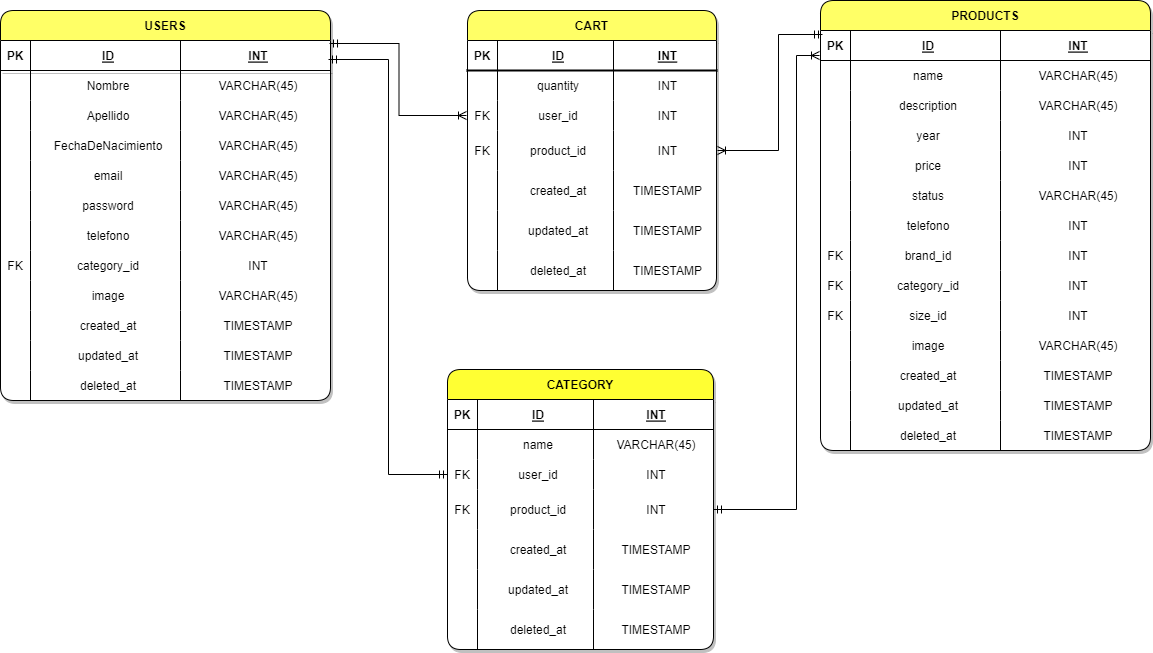
j-leklere/e-Commerce keeps this draw.io diagram as database/diagramaEntidadRelacion/diagramaSportswear_db.png. Above is the earlier version. Source tidied: cells renumbered, new cells last; positions are measured from the earlier drawing's top-left corner, leaving out a move shared by most shapes.
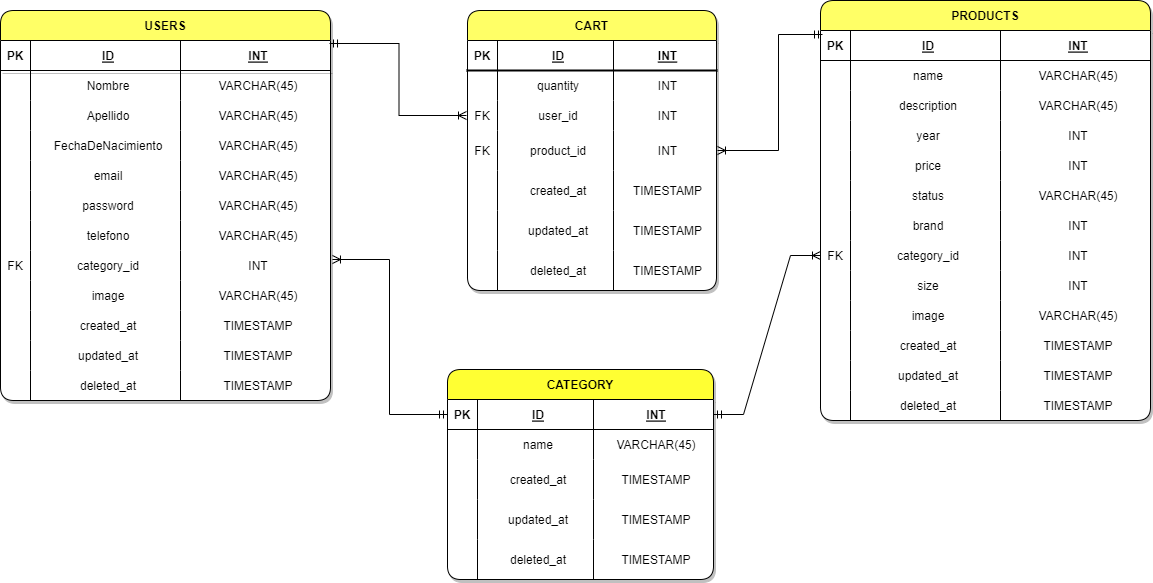
Later version of the same file.

The edit, as a diff of the source:
```diff
@@ -150,7 +150,7 @@
       <mxGeometry x="180" width="150" height="30" as="geometry" />
     </mxCell>
     <mxCell id="51" value="CATEGORY" style="shape=table;startSize=30;rowLines=0;fontStyle=1;align=center;rounded=1;sketch=0;fillStyle=solid;fillColor=#FFFF33;gradientColor=none;shadow=1;swimlaneFillColor=default;" parent="1" vertex="1">
-      <mxGeometry x="447" y="369" width="266" height="280" as="geometry" />
+      <mxGeometry x="447" y="369" width="266" height="210" as="geometry" />
     </mxCell>
     <mxCell id="52" style="shape=tableRow;horizontal=0;startSize=0;swimlaneHead=0;swimlaneBody=0;fillColor=none;points=[[0,0.5],[1,0.5]];portConstraint=eastwest;top=0;left=0;right=0;bottom=1;rounded=1;sketch=0;fillStyle=solid;align=center;swimlaneFillColor=default;" parent="51" vertex="1">
       <mxGeometry y="30" width="266" height="30" as="geometry" />
@@ -176,32 +176,8 @@
     <mxCell id="59" value="VARCHAR(45)" style="shape=partialRectangle;fillColor=none;top=0;left=0;bottom=0;right=0;align=center;spacingLeft=6;overflow=hidden;rounded=1;sketch=0;fillStyle=solid;swimlaneFillColor=default;" parent="56" vertex="1">
       <mxGeometry x="146" width="120" height="30" as="geometry" />
     </mxCell>
-    <mxCell id="60" style="shape=tableRow;horizontal=0;startSize=0;swimlaneHead=0;swimlaneBody=0;fillColor=none;points=[[0,0.5],[1,0.5]];portConstraint=eastwest;top=0;left=0;right=0;bottom=0;rounded=1;sketch=0;fillStyle=solid;align=center;swimlaneFillColor=default;" parent="51" vertex="1">
-      <mxGeometry y="90" width="266" height="30" as="geometry" />
-    </mxCell>
-    <mxCell id="61" value="FK" style="shape=partialRectangle;fillColor=none;top=0;left=0;bottom=0;right=0;overflow=hidden;rounded=1;sketch=0;fillStyle=solid;align=center;swimlaneFillColor=default;" parent="60" vertex="1">
-      <mxGeometry width="30" height="30" as="geometry" />
-    </mxCell>
-    <mxCell id="62" value="user_id" style="shape=partialRectangle;fillColor=none;top=0;left=0;bottom=0;right=0;align=center;spacingLeft=6;overflow=hidden;rounded=1;sketch=0;fillStyle=solid;swimlaneFillColor=default;" parent="60" vertex="1">
-      <mxGeometry x="30" width="116" height="30" as="geometry" />
-    </mxCell>
-    <mxCell id="63" value="INT" style="shape=partialRectangle;fillColor=none;top=0;left=0;bottom=0;right=0;align=center;spacingLeft=6;overflow=hidden;rounded=1;sketch=0;fillStyle=solid;swimlaneFillColor=default;" parent="60" vertex="1">
-      <mxGeometry x="146" width="120" height="30" as="geometry" />
-    </mxCell>
-    <mxCell id="64" style="shape=tableRow;horizontal=0;startSize=0;swimlaneHead=0;swimlaneBody=0;fillColor=none;points=[[0,0.5],[1,0.5]];portConstraint=eastwest;top=0;left=0;right=0;bottom=0;rounded=1;sketch=0;fillStyle=solid;strokeColor=default;align=center;swimlaneFillColor=default;" parent="51" vertex="1">
-      <mxGeometry y="120" width="266" height="40" as="geometry" />
-    </mxCell>
-    <mxCell id="65" value="FK" style="shape=partialRectangle;fillColor=none;top=0;left=0;bottom=0;right=0;fontStyle=0;overflow=hidden;rounded=1;sketch=0;fillStyle=solid;strokeColor=default;align=center;swimlaneFillColor=default;" parent="64" vertex="1">
-      <mxGeometry width="30" height="40" as="geometry" />
-    </mxCell>
-    <mxCell id="66" value="product_id" style="shape=partialRectangle;fillColor=none;top=0;left=0;bottom=0;right=0;align=center;spacingLeft=6;fontStyle=0;overflow=hidden;rounded=1;sketch=0;fillStyle=solid;strokeColor=default;swimlaneFillColor=default;" parent="64" vertex="1">
-      <mxGeometry x="30" width="116" height="40" as="geometry" />
-    </mxCell>
-    <mxCell id="67" value="INT" style="shape=partialRectangle;fillColor=none;top=0;left=0;bottom=0;right=0;align=center;spacingLeft=6;fontStyle=0;overflow=hidden;rounded=1;sketch=0;fillStyle=solid;strokeColor=default;swimlaneFillColor=default;" parent="64" vertex="1">
-      <mxGeometry x="146" width="120" height="40" as="geometry" />
-    </mxCell>
     <mxCell id="68" style="shape=tableRow;horizontal=0;startSize=0;swimlaneHead=0;swimlaneBody=0;fillColor=none;top=0;left=0;right=0;bottom=0;rounded=1;sketch=0;fillStyle=solid;strokeColor=default;align=center;swimlaneFillColor=default;" parent="51" vertex="1">
-      <mxGeometry y="160" width="266" height="40" as="geometry" />
+      <mxGeometry y="90" width="266" height="40" as="geometry" />
     </mxCell>
     <mxCell id="69" style="shape=partialRectangle;fillColor=none;top=0;left=0;bottom=0;right=0;fontStyle=0;overflow=hidden;rounded=1;sketch=0;fillStyle=solid;strokeColor=default;align=center;swimlaneFillColor=default;" parent="68" vertex="1">
       <mxGeometry width="30" height="40" as="geometry" />
@@ -213,7 +189,7 @@
       <mxGeometry x="146" width="120" height="40" as="geometry" />
     </mxCell>
     <mxCell id="72" style="shape=tableRow;horizontal=0;startSize=0;swimlaneHead=0;swimlaneBody=0;fillColor=none;top=0;left=0;right=0;bottom=0;rounded=1;sketch=0;fillStyle=solid;strokeColor=default;align=center;swimlaneFillColor=default;" parent="51" vertex="1">
-      <mxGeometry y="200" width="266" height="40" as="geometry" />
+      <mxGeometry y="130" width="266" height="40" as="geometry" />
     </mxCell>
     <mxCell id="73" style="shape=partialRectangle;fillColor=none;top=0;left=0;bottom=0;right=0;fontStyle=0;overflow=hidden;rounded=1;sketch=0;fillStyle=solid;strokeColor=default;align=center;swimlaneFillColor=default;" parent="72" vertex="1">
       <mxGeometry width="30" height="40" as="geometry" />
@@ -225,7 +201,7 @@
       <mxGeometry x="146" width="120" height="40" as="geometry" />
     </mxCell>
     <mxCell id="76" style="shape=tableRow;horizontal=0;startSize=0;swimlaneHead=0;swimlaneBody=0;fillColor=none;top=0;left=0;right=0;bottom=0;rounded=1;sketch=0;fillStyle=solid;strokeColor=default;align=center;swimlaneFillColor=default;" parent="51" vertex="1">
-      <mxGeometry y="240" width="266" height="40" as="geometry" />
+      <mxGeometry y="170" width="266" height="40" as="geometry" />
     </mxCell>
     <mxCell id="77" style="shape=partialRectangle;fillColor=none;top=0;left=0;bottom=0;right=0;fontStyle=0;overflow=hidden;rounded=1;sketch=0;fillStyle=solid;strokeColor=default;align=center;swimlaneFillColor=default;" parent="76" vertex="1">
       <mxGeometry width="30" height="40" as="geometry" />
@@ -324,7 +300,7 @@
       <mxGeometry x="146" width="103" height="40" as="geometry" />
     </mxCell>
     <mxCell id="109" value="PRODUCTS" style="shape=table;startSize=30;rowLines=0;fontStyle=1;align=center;fillColor=#FFFF66;rounded=1;swimlaneLine=1;sketch=0;perimeterSpacing=1;shadow=1;swimlaneFillColor=default;" parent="1" vertex="1">
-      <mxGeometry x="820" width="330" height="450" as="geometry" />
+      <mxGeometry x="820" width="330" height="420" as="geometry" />
     </mxCell>
     <mxCell id="110" style="shape=tableRow;horizontal=0;startSize=0;swimlaneHead=0;swimlaneBody=0;fillColor=none;top=0;left=0;right=0;bottom=1;align=center;fillStyle=solid;shadow=0;swimlaneLine=1;swimlaneFillColor=default;" parent="109" vertex="1">
       <mxGeometry y="30" width="330" height="30" as="geometry" />
@@ -398,32 +374,20 @@
     <mxCell id="133" value="VARCHAR(45)" style="shape=partialRectangle;fillColor=none;top=0;left=0;bottom=0;right=0;align=center;spacingLeft=6;overflow=hidden;fillStyle=solid;shadow=0;swimlaneLine=1;swimlaneFillColor=default;" parent="130" vertex="1">
       <mxGeometry x="180" width="150" height="30" as="geometry" />
     </mxCell>
-    <mxCell id="134" style="shape=tableRow;horizontal=0;startSize=0;swimlaneHead=0;swimlaneBody=0;fillColor=none;top=0;left=0;right=0;bottom=0;align=center;fillStyle=solid;shadow=0;swimlaneLine=1;swimlaneFillColor=default;" parent="109" vertex="1">
-      <mxGeometry y="210" width="330" height="30" as="geometry" />
-    </mxCell>
-    <mxCell id="135" style="shape=partialRectangle;fillColor=none;top=0;left=0;bottom=0;right=0;overflow=hidden;align=center;fillStyle=solid;shadow=0;swimlaneLine=1;swimlaneFillColor=default;" parent="134" vertex="1">
-      <mxGeometry width="30" height="30" as="geometry" />
-    </mxCell>
-    <mxCell id="136" value="telefono" style="shape=partialRectangle;fillColor=none;top=0;left=0;bottom=0;right=0;align=center;spacingLeft=6;overflow=hidden;fillStyle=solid;shadow=0;swimlaneLine=1;swimlaneFillColor=default;" parent="134" vertex="1">
-      <mxGeometry x="30" width="150" height="30" as="geometry" />
-    </mxCell>
-    <mxCell id="137" value="INT" style="shape=partialRectangle;fillColor=none;top=0;left=0;bottom=0;right=0;align=center;spacingLeft=6;overflow=hidden;fillStyle=solid;shadow=0;swimlaneLine=1;swimlaneFillColor=default;" parent="134" vertex="1">
-      <mxGeometry x="180" width="150" height="30" as="geometry" />
-    </mxCell>
     <mxCell id="138" style="shape=tableRow;horizontal=0;startSize=0;swimlaneHead=0;swimlaneBody=0;fillColor=none;top=0;left=0;right=0;bottom=0;align=center;fillStyle=solid;shadow=0;swimlaneLine=1;swimlaneFillColor=default;" parent="109" vertex="1">
-      <mxGeometry y="240" width="330" height="30" as="geometry" />
+      <mxGeometry y="210" width="330" height="30" as="geometry" />
     </mxCell>
-    <mxCell id="139" value="FK" style="shape=partialRectangle;fillColor=none;top=0;left=0;bottom=0;right=0;fontStyle=0;overflow=hidden;align=center;fillStyle=solid;shadow=0;swimlaneLine=1;swimlaneFillColor=default;" parent="138" vertex="1">
+    <mxCell id="139" style="shape=partialRectangle;fillColor=none;top=0;left=0;bottom=0;right=0;fontStyle=0;overflow=hidden;align=center;fillStyle=solid;shadow=0;swimlaneLine=1;swimlaneFillColor=default;" parent="138" vertex="1">
       <mxGeometry width="30" height="30" as="geometry" />
     </mxCell>
-    <mxCell id="140" value="brand_id" style="shape=partialRectangle;fillColor=none;top=0;left=0;bottom=0;right=0;align=center;spacingLeft=6;fontStyle=0;overflow=hidden;fillStyle=solid;shadow=0;swimlaneLine=1;swimlaneFillColor=default;" parent="138" vertex="1">
+    <mxCell id="140" value="brand" style="shape=partialRectangle;fillColor=none;top=0;left=0;bottom=0;right=0;align=center;spacingLeft=6;fontStyle=0;overflow=hidden;fillStyle=solid;shadow=0;swimlaneLine=1;swimlaneFillColor=default;" parent="138" vertex="1">
       <mxGeometry x="30" width="150" height="30" as="geometry" />
     </mxCell>
     <mxCell id="141" value="INT" style="shape=partialRectangle;fillColor=none;top=0;left=0;bottom=0;right=0;align=center;spacingLeft=6;fontStyle=0;overflow=hidden;fillStyle=solid;shadow=0;swimlaneLine=1;swimlaneFillColor=default;" parent="138" vertex="1">
       <mxGeometry x="180" width="150" height="30" as="geometry" />
     </mxCell>
     <mxCell id="142" style="shape=tableRow;horizontal=0;startSize=0;swimlaneHead=0;swimlaneBody=0;fillColor=none;points=[[0,0.5],[1,0.5]];portConstraint=eastwest;top=0;left=0;right=0;bottom=0;align=center;fillStyle=solid;shadow=0;swimlaneLine=1;swimlaneFillColor=default;" parent="109" vertex="1">
-      <mxGeometry y="270" width="330" height="30" as="geometry" />
+      <mxGeometry y="240" width="330" height="30" as="geometry" />
     </mxCell>
     <mxCell id="143" value="FK" style="shape=partialRectangle;fillColor=none;top=0;left=0;bottom=0;right=0;fontStyle=0;overflow=hidden;align=center;fillStyle=solid;shadow=0;swimlaneLine=1;swimlaneFillColor=default;" parent="142" vertex="1">
       <mxGeometry width="30" height="30" as="geometry" />
@@ -435,19 +399,19 @@
       <mxGeometry x="180" width="150" height="30" as="geometry" />
     </mxCell>
     <mxCell id="146" style="shape=tableRow;horizontal=0;startSize=0;swimlaneHead=0;swimlaneBody=0;fillColor=none;top=0;left=0;right=0;bottom=0;align=center;fillStyle=solid;shadow=0;swimlaneLine=1;swimlaneFillColor=default;" parent="109" vertex="1">
-      <mxGeometry y="300" width="330" height="30" as="geometry" />
+      <mxGeometry y="270" width="330" height="30" as="geometry" />
     </mxCell>
-    <mxCell id="147" value="FK" style="shape=partialRectangle;fillColor=none;top=0;left=0;bottom=0;right=0;fontStyle=0;overflow=hidden;align=center;fillStyle=solid;shadow=0;swimlaneLine=1;swimlaneFillColor=default;" parent="146" vertex="1">
+    <mxCell id="147" style="shape=partialRectangle;fillColor=none;top=0;left=0;bottom=0;right=0;fontStyle=0;overflow=hidden;align=center;fillStyle=solid;shadow=0;swimlaneLine=1;swimlaneFillColor=default;" parent="146" vertex="1">
       <mxGeometry width="30" height="30" as="geometry" />
     </mxCell>
-    <mxCell id="148" value="size_id" style="shape=partialRectangle;fillColor=none;top=0;left=0;bottom=0;right=0;align=center;spacingLeft=6;fontStyle=0;overflow=hidden;fillStyle=solid;shadow=0;swimlaneLine=1;swimlaneFillColor=default;" parent="146" vertex="1">
+    <mxCell id="148" value="size" style="shape=partialRectangle;fillColor=none;top=0;left=0;bottom=0;right=0;align=center;spacingLeft=6;fontStyle=0;overflow=hidden;fillStyle=solid;shadow=0;swimlaneLine=1;swimlaneFillColor=default;" parent="146" vertex="1">
       <mxGeometry x="30" width="150" height="30" as="geometry" />
     </mxCell>
     <mxCell id="149" value="INT" style="shape=partialRectangle;fillColor=none;top=0;left=0;bottom=0;right=0;align=center;spacingLeft=6;fontStyle=0;overflow=hidden;fillStyle=solid;shadow=0;swimlaneLine=1;swimlaneFillColor=default;" parent="146" vertex="1">
       <mxGeometry x="180" width="150" height="30" as="geometry" />
     </mxCell>
     <mxCell id="150" style="shape=tableRow;horizontal=0;startSize=0;swimlaneHead=0;swimlaneBody=0;fillColor=none;top=0;left=0;right=0;bottom=0;align=center;fillStyle=solid;shadow=0;swimlaneLine=1;swimlaneFillColor=default;" parent="109" vertex="1">
-      <mxGeometry y="330" width="330" height="30" as="geometry" />
+      <mxGeometry y="300" width="330" height="30" as="geometry" />
     </mxCell>
     <mxCell id="151" style="shape=partialRectangle;fillColor=none;top=0;left=0;bottom=0;right=0;overflow=hidden;align=center;fillStyle=solid;shadow=0;swimlaneLine=1;swimlaneFillColor=default;" parent="150" vertex="1">
       <mxGeometry width="30" height="30" as="geometry" />
@@ -459,7 +423,7 @@
       <mxGeometry x="180" width="150" height="30" as="geometry" />
     </mxCell>
     <mxCell id="154" style="shape=tableRow;horizontal=0;startSize=0;swimlaneHead=0;swimlaneBody=0;fillColor=none;top=0;left=0;right=0;bottom=0;align=center;fillStyle=solid;shadow=0;swimlaneLine=1;swimlaneFillColor=default;" parent="109" vertex="1">
-      <mxGeometry y="360" width="330" height="30" as="geometry" />
+      <mxGeometry y="330" width="330" height="30" as="geometry" />
     </mxCell>
     <mxCell id="155" style="shape=partialRectangle;fillColor=none;top=0;left=0;bottom=0;right=0;overflow=hidden;align=center;fillStyle=solid;shadow=0;swimlaneLine=1;swimlaneFillColor=default;" parent="154" vertex="1">
       <mxGeometry width="30" height="30" as="geometry" />
@@ -471,7 +435,7 @@
       <mxGeometry x="180" width="150" height="30" as="geometry" />
     </mxCell>
     <mxCell id="158" style="shape=tableRow;horizontal=0;startSize=0;swimlaneHead=0;swimlaneBody=0;fillColor=none;top=0;left=0;right=0;bottom=0;align=center;fillStyle=solid;shadow=0;swimlaneLine=1;swimlaneFillColor=default;" parent="109" vertex="1">
-      <mxGeometry y="390" width="330" height="30" as="geometry" />
+      <mxGeometry y="360" width="330" height="30" as="geometry" />
     </mxCell>
     <mxCell id="159" style="shape=partialRectangle;fillColor=none;top=0;left=0;bottom=0;right=0;overflow=hidden;align=center;fillStyle=solid;shadow=0;swimlaneLine=1;swimlaneFillColor=default;" parent="158" vertex="1">
       <mxGeometry width="30" height="30" as="geometry" />
@@ -483,7 +447,7 @@
       <mxGeometry x="180" width="150" height="30" as="geometry" />
     </mxCell>
     <mxCell id="162" style="shape=tableRow;horizontal=0;startSize=0;swimlaneHead=0;swimlaneBody=0;fillColor=none;top=0;left=0;right=0;bottom=0;align=center;fillStyle=solid;shadow=0;swimlaneLine=1;swimlaneFillColor=default;" parent="109" vertex="1">
-      <mxGeometry y="420" width="330" height="30" as="geometry" />
+      <mxGeometry y="390" width="330" height="30" as="geometry" />
     </mxCell>
     <mxCell id="163" style="shape=partialRectangle;fillColor=none;top=0;left=0;bottom=0;right=0;overflow=hidden;align=center;fillStyle=solid;shadow=0;swimlaneLine=1;swimlaneFillColor=default;" parent="162" vertex="1">
       <mxGeometry width="30" height="30" as="geometry" />
@@ -505,12 +469,12 @@
         </Array>
       </mxGeometry>
     </mxCell>
-    <mxCell id="168" style="edgeStyle=elbowEdgeStyle;fontSize=12;html=1;endArrow=ERmandOne;startArrow=ERmandOne;rounded=0;entryX=0;entryY=0.5;entryDx=0;entryDy=0;" parent="1" edge="1" target="60">
+    <mxCell id="168" style="edgeStyle=elbowEdgeStyle;fontSize=12;html=1;endArrow=ERmandOne;startArrow=ERmandOne;rounded=0;entryX=0;entryY=0.5;entryDx=0;entryDy=0;" parent="1" edge="1" target="x">
       <mxGeometry relative="1" as="geometry">
         <mxPoint x="328" y="59" as="sourcePoint" />
       </mxGeometry>
     </mxCell>
-    <mxCell id="169" style="edgeStyle=elbowEdgeStyle;fontSize=12;html=1;endArrow=ERoneToMany;startArrow=ERmandOne;rounded=0;exitX=1;exitY=0.5;exitDx=0;exitDy=0;" parent="1" edge="1" source="64">
+    <mxCell id="169" style="edgeStyle=elbowEdgeStyle;fontSize=12;html=1;endArrow=ERoneToMany;startArrow=ERmandOne;rounded=0;exitX=1;exitY=0.5;exitDx=0;exitDy=0;" parent="1" edge="1" source="x">
       <mxGeometry relative="1" as="geometry">
         <mxPoint x="819" y="55" as="targetPoint" />
         <Array as="points">
@@ -518,5 +482,11 @@
         </Array>
       </mxGeometry>
     </mxCell>
+    <mxCell id="170" style="edgeStyle=elbowEdgeStyle;fontSize=12;html=1;endArrow=ERoneToMany;startArrow=ERmandOne;rounded=0;exitX=0;exitY=0.5;exitDx=0;exitDy=0;entryX=1.006;entryY=0.3;entryDx=0;entryDy=0;entryPerimeter=0;" parent="1" edge="1" source="52" target="31">
+      <mxGeometry relative="1" as="geometry" />
+    </mxCell>
+    <mxCell id="171" style="edgeStyle=entityRelationEdgeStyle;fontSize=12;html=1;endArrow=ERoneToMany;startArrow=ERmandOne;rounded=0;exitX=1;exitY=0.5;exitDx=0;exitDy=0;entryX=0;entryY=0.5;entryDx=0;entryDy=0;" parent="1" edge="1" source="52" target="142">
+      <mxGeometry relative="1" as="geometry" />
+    </mxCell>
   </root>
 </mxGraphModel>
```
